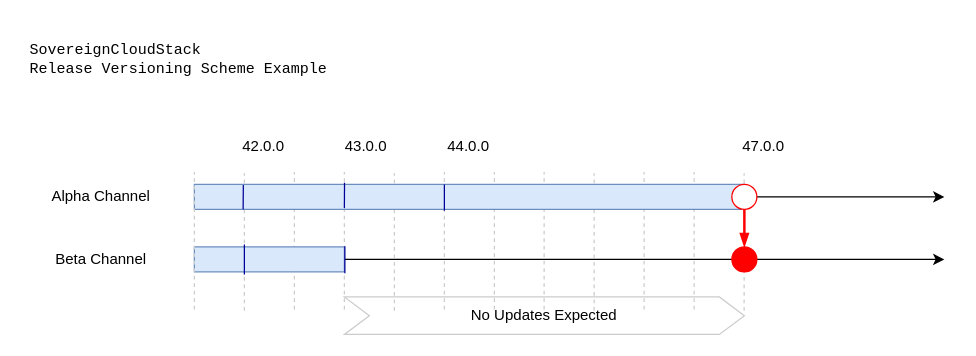
SovereignCloudStack/standards keeps this draw.io diagram as Release-Numbering-Scheme.drawio. Above is the earlier version. Source tidied: cells renumbered, new cells numbered last; positions are measured from the earlier drawing's top-left corner, leaving out a move shared by most shapes. Both pictures are drawn from the tidied source at 125%, with x=0, y=0 at pixel (21, 21).
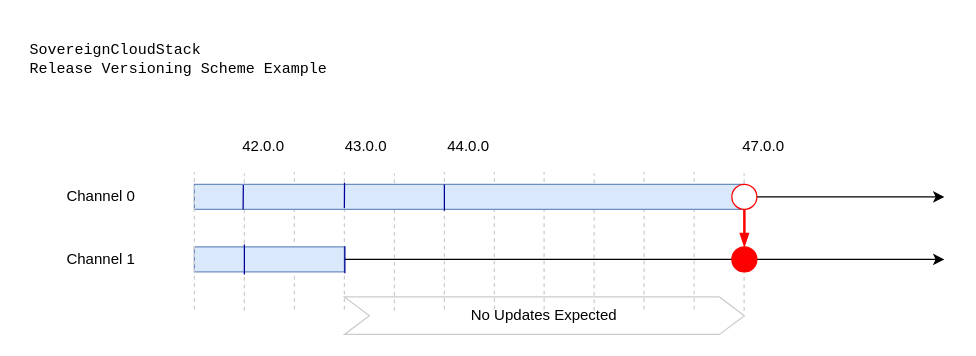
Above is the later version.

Commit message (it also covers changes not shown here):
- removed channel definition for a more minimalist approach

Change to the diagram source:
```diff
@@
-    <mxCell id="31" value="Alpha Channel" style="text;html=1;align=center;verticalAlign=middle;strokeColor=none;" parent="1" vertex="1">
-      <mxGeometry x="18" y="130" width="90" height="20" as="geometry" />
+    <mxCell id="31" value="Channel 0" style="text;html=1;align=center;verticalAlign=middle;strokeColor=none;" parent="1" vertex="1">
+      <mxGeometry x="28" y="130" width="70" height="20" as="geometry" />
     </mxCell>
-    <mxCell id="32" value="Beta Channel" style="text;html=1;align=center;verticalAlign=middle;strokeColor=none;" parent="1" vertex="1">
-      <mxGeometry x="18" y="180" width="90" height="20" as="geometry" />
+    <mxCell id="32" value="Channel 1" style="text;html=1;align=center;verticalAlign=middle;strokeColor=none;" parent="1" vertex="1">
+      <mxGeometry x="28" y="180" width="70" height="20" as="geometry" />
     </mxCell>
```
